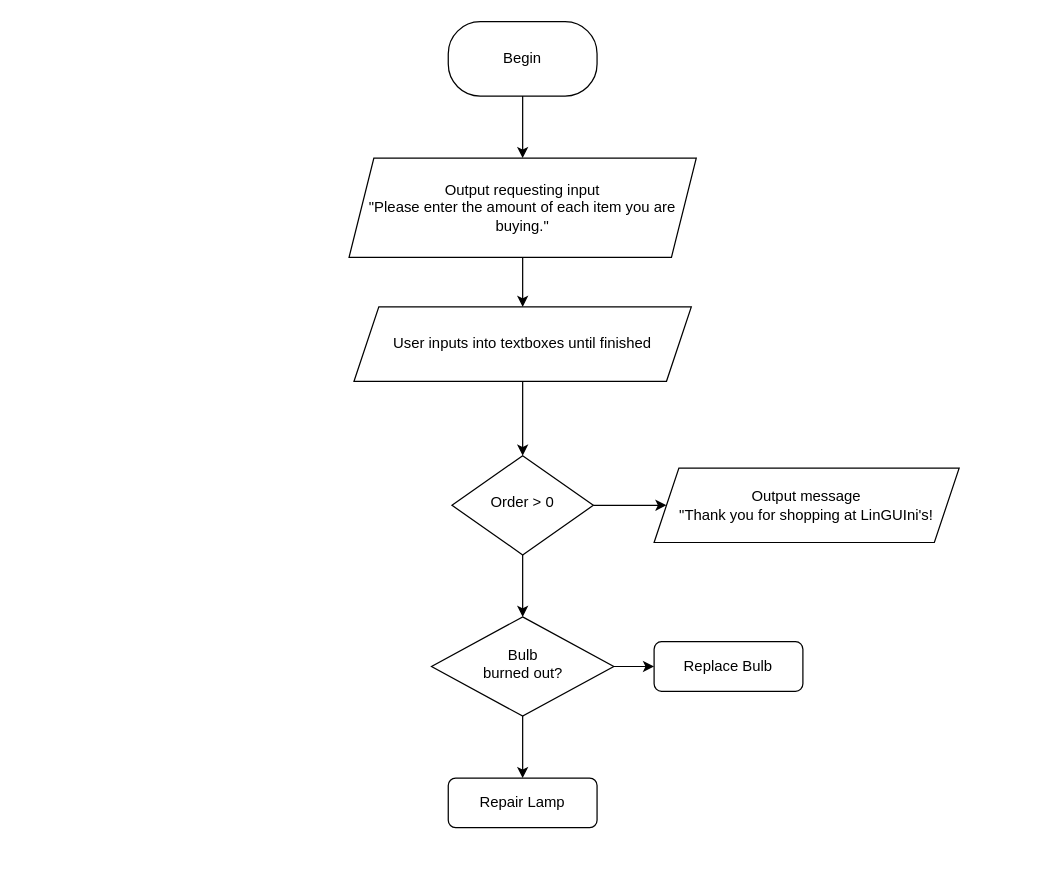
The draw.io diagram ChongAssignment7_Flowchart.drawio in r-chong/ICS3U1_javaProjects, before the edit. Source tidied: cells renumbered, new cells numbered last; positions are measured from the earlier drawing's top-left corner, leaving out a move shared by most shapes. Both pictures are drawn from the tidied source at 124%, with x=0, y=0 at pixel (348, 21).
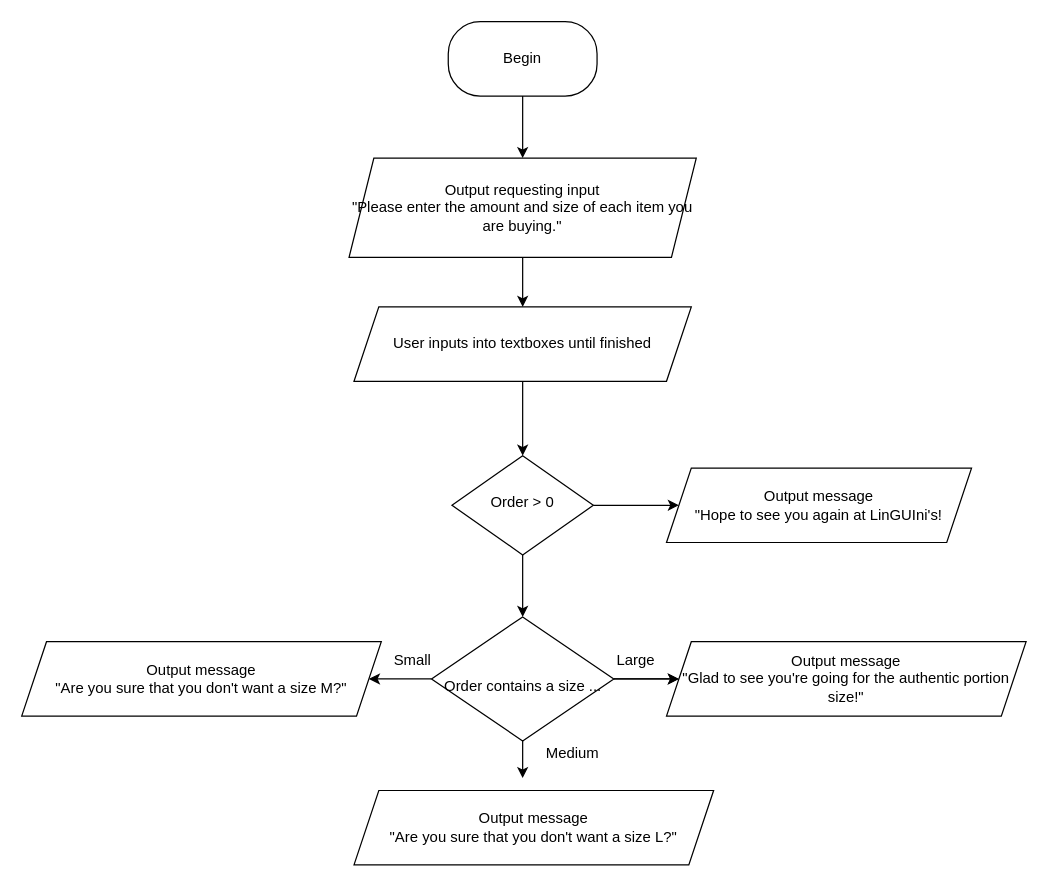
Above is the later version.

Diff of the diagram source:
```diff
@@
-    <mxCell id="5" style="edgeStyle=orthogonalEdgeStyle;rounded=0;jettySize=auto;html=1;" parent="1" edge="1" source="7" target="8">
-      <mxGeometry relative="1" as="geometry" />
+    <mxCell id="5" style="edgeStyle=orthogonalEdgeStyle;rounded=0;jettySize=auto;html=1;" parent="1" edge="1" source="7">
+      <mxGeometry relative="1" as="geometry">
+        <mxPoint x="140" y="610" as="targetPoint" />
+      </mxGeometry>
     </mxCell>
-    <mxCell id="6" style="edgeStyle=orthogonalEdgeStyle;rounded=0;jettySize=auto;html=1;" parent="1" edge="1" source="7" target="9">
-      <mxGeometry relative="1" as="geometry" />
-    </mxCell>
+    <mxCell id="17" style="edgeStyle=orthogonalEdgeStyle;rounded=0;jettySize=auto;html=1;" parent="1" edge="1" source="7" target="20">
+      <mxGeometry relative="1" as="geometry" />
+    </mxCell>
+    <mxCell id="18" style="edgeStyle=orthogonalEdgeStyle;rounded=0;jettySize=auto;html=1;" parent="1" edge="1" source="7" target="20">
+      <mxGeometry relative="1" as="geometry" />
+    </mxCell>
+    <mxCell id="19" style="edgeStyle=orthogonalEdgeStyle;rounded=0;jettySize=auto;html=1;" parent="1" edge="1" source="7" target="24">
+      <mxGeometry relative="1" as="geometry" />
+    </mxCell>
-    <mxCell id="7" value="Bulb&lt;br&gt;burned out?" style="rhombus;whiteSpace=wrap;html=1;shadow=0;fontFamily=Helvetica;fontSize=12;align=center;strokeWidth=1;spacing=6;spacingTop=-4;" parent="1" vertex="1">
-      <mxGeometry x="66.5" y="480" width="147" height="80" as="geometry" />
+    <mxCell id="7" value="&lt;br&gt;Order contains a size ..." style="rhombus;whiteSpace=wrap;html=1;shadow=0;fontFamily=Helvetica;fontSize=12;align=center;strokeWidth=1;spacing=6;spacingTop=-4;" parent="1" vertex="1">
+      <mxGeometry x="66.5" y="480" width="147" height="100" as="geometry" />
     </mxCell>
-    <mxCell id="8" value="Repair Lamp" style="rounded=1;whiteSpace=wrap;html=1;fontSize=12;glass=0;strokeWidth=1;shadow=0;" parent="1" vertex="1">
-      <mxGeometry x="80" y="610" width="120" height="40" as="geometry" />
-    </mxCell>
-    <mxCell id="9" value="Replace Bulb" style="rounded=1;whiteSpace=wrap;html=1;fontSize=12;glass=0;strokeWidth=1;shadow=0;" parent="1" vertex="1">
-      <mxGeometry x="246" y="500" width="120" height="40" as="geometry" />
-    </mxCell>
@@
-    <mxCell id="15" value="Output requesting input&lt;br&gt;&quot;Please enter the amount of each item you are buying.&quot;" style="shape=parallelogram;perimeter=parallelogramPerimeter;whiteSpace=wrap;html=1;fixedSize=1;" parent="1" vertex="1">
+    <mxCell id="15" value="Output requesting input&lt;br&gt;&quot;Please enter the amount and size of each item you are buying.&quot;" style="shape=parallelogram;perimeter=parallelogramPerimeter;whiteSpace=wrap;html=1;fixedSize=1;" parent="1" vertex="1">
       <mxGeometry y="110" width="280" height="80" as="geometry" />
     </mxCell>
-    <mxCell id="16" value="Output message&lt;br&gt;&quot;Thank you for shopping at LinGUIni's!" style="shape=parallelogram;perimeter=parallelogramPerimeter;whiteSpace=wrap;html=1;fixedSize=1;" parent="1" vertex="1">
-      <mxGeometry x="246" y="360" width="246" height="60" as="geometry" />
+    <mxCell id="16" value="Output message&lt;br&gt;&quot;Hope to see you again at LinGUIni's!" style="shape=parallelogram;perimeter=parallelogramPerimeter;whiteSpace=wrap;html=1;fixedSize=1;" parent="1" vertex="1">
+      <mxGeometry x="256" y="360" width="246" height="60" as="geometry" />
     </mxCell>
+    <mxCell id="20" value="Output message&lt;br&gt;&quot;Glad to see you're going for the authentic portion size!&quot;" style="shape=parallelogram;perimeter=parallelogramPerimeter;whiteSpace=wrap;html=1;fixedSize=1;" parent="1" vertex="1">
+      <mxGeometry x="256" y="500" width="290" height="60" as="geometry" />
+    </mxCell>
+    <mxCell id="21" value="Small" style="text;html=1;align=center;verticalAlign=middle;strokeColor=none;fillColor=none;" parent="1" vertex="1">
+      <mxGeometry x="26" y="500" width="50" height="30" as="geometry" />
+    </mxCell>
+    <mxCell id="22" value="Medium" style="text;html=1;align=center;verticalAlign=middle;strokeColor=none;fillColor=none;" parent="1" vertex="1">
+      <mxGeometry x="145" y="575" width="70" height="30" as="geometry" />
+    </mxCell>
+    <mxCell id="23" value="Output message&lt;br&gt;&quot;Are you sure that you don't want a size L?&quot;" style="shape=parallelogram;perimeter=parallelogramPerimeter;whiteSpace=wrap;html=1;fixedSize=1;" parent="1" vertex="1">
+      <mxGeometry x="4" y="620" width="290" height="60" as="geometry" />
+    </mxCell>
+    <mxCell id="24" value="Output message&lt;br&gt;&quot;Are you sure that you don't want a size M?&quot;" style="shape=parallelogram;perimeter=parallelogramPerimeter;whiteSpace=wrap;html=1;fixedSize=1;" parent="1" vertex="1">
+      <mxGeometry x="-264" y="500" width="290" height="60" as="geometry" />
+    </mxCell>
+    <mxCell id="25" value="Large" style="text;html=1;align=center;verticalAlign=middle;strokeColor=none;fillColor=none;" parent="1" vertex="1">
+      <mxGeometry x="206" y="500" width="50" height="30" as="geometry" />
+    </mxCell>
```
